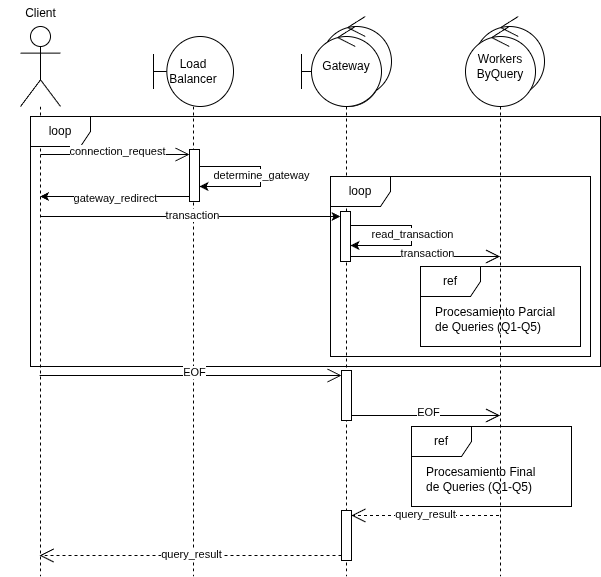
Above: docs/diagramas/diagrama_secuencia.png in LucianaLarrosa/tp-distribuidos-moneylaundering (draw.io), before the change. Source tidied: cells renumbered, new cells last; positions are measured from the earlier drawing's top-left corner, leaving out a move shared by most shapes.
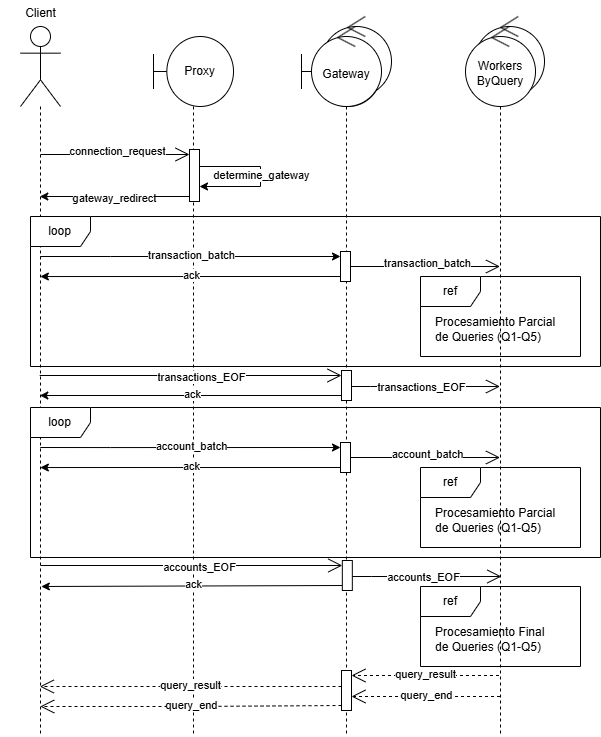
Above is the later version.

Commit message:
docs: add documentation for q1, q4, and q5, EOF handling, sequence diagram, and batch size justification

What changed in the source:
```diff
@@ -9,72 +9,65 @@
       <mxGeometry x="321" y="16" width="70" height="80" as="geometry" />
     </mxCell>
     <mxCell id="4" value=" " style="shape=umlLifeline;perimeter=lifelinePerimeter;whiteSpace=wrap;html=1;outlineConnect=0;portConstraint=eastwest;newEdgeStyle={&quot;curved&quot;:0,&quot;rounded&quot;:0};participant=umlActor;size=80;" parent="1" vertex="1">
-      <mxGeometry x="20" y="26" width="40" height="550" as="geometry" />
+      <mxGeometry x="20" y="26" width="40" height="710" as="geometry" />
     </mxCell>
     <mxCell id="5" value="&lt;span style=&quot;font-weight: normal;&quot;&gt;Client&lt;/span&gt;" style="text;align=center;fontStyle=1;verticalAlign=middle;spacingLeft=3;spacingRight=3;strokeColor=none;html=1;" parent="1" vertex="1">
       <mxGeometry width="80" height="26" as="geometry" />
     </mxCell>
-    <mxCell id="6" value="&lt;font style=&quot;font-size: 12px;&quot;&gt;Gateway&lt;/font&gt;" style="shape=umlLifeline;perimeter=lifelinePerimeter;whiteSpace=wrap;html=1;newEdgeStyle={&quot;curved&quot;:0,&quot;rounded&quot;:0};participant=umlControl;fontSize=8;size=80;" parent="1" vertex="1">
-      <mxGeometry x="311" y="26" width="70" height="550" as="geometry" />
+    <mxCell id="6" value="&lt;div&gt;&lt;span style=&quot;font-size: 12px; background-color: transparent; color: light-dark(rgb(0, 0, 0), rgb(255, 255, 255));&quot;&gt;&lt;br&gt;&lt;/span&gt;&lt;/div&gt;&lt;div&gt;&lt;span style=&quot;font-size: 12px; background-color: transparent; color: light-dark(rgb(0, 0, 0), rgb(255, 255, 255));&quot;&gt;Gateway&lt;/span&gt;&lt;/div&gt;" style="shape=umlLifeline;perimeter=lifelinePerimeter;whiteSpace=wrap;html=1;newEdgeStyle={&quot;curved&quot;:0,&quot;rounded&quot;:0};participant=umlControl;fontSize=8;size=80;" parent="1" vertex="1">
+      <mxGeometry x="311" y="26" width="70" height="710" as="geometry" />
     </mxCell>
     <mxCell id="7" style="html=1;points=[[0,0,0,0,5],[0,1,0,0,-5],[1,0,0,0,5],[1,1,0,0,-5]];perimeter=orthogonalPerimeter;outlineConnect=0;targetShapes=umlLifeline;portConstraint=eastwest;newEdgeStyle={&quot;curved&quot;:0,&quot;rounded&quot;:0};" parent="6" vertex="1">
-      <mxGeometry x="30" y="484" width="10" height="50" as="geometry" />
+      <mxGeometry x="30" y="644" width="10" height="40" as="geometry" />
     </mxCell>
     <mxCell id="8" style="html=1;points=[[0,0,0,0,5],[0,1,0,0,-5],[1,0,0,0,5],[1,1,0,0,-5]];perimeter=orthogonalPerimeter;outlineConnect=0;targetShapes=umlLifeline;portConstraint=eastwest;newEdgeStyle={&quot;curved&quot;:0,&quot;rounded&quot;:0};" parent="6" vertex="1">
-      <mxGeometry x="29" y="185" width="10" height="50" as="geometry" />
+      <mxGeometry x="29" y="225" width="10" height="30" as="geometry" />
     </mxCell>
-    <mxCell id="9" style="edgeStyle=orthogonalEdgeStyle;rounded=0;orthogonalLoop=1;jettySize=auto;html=1;curved=0;" parent="6" edge="1">
-      <mxGeometry relative="1" as="geometry">
-        <mxPoint x="39" y="199" as="sourcePoint" />
-        <mxPoint x="39" y="219" as="targetPoint" />
-        <Array as="points">
-          <mxPoint x="100" y="199" />
-          <mxPoint x="100" y="219" />
-        </Array>
-      </mxGeometry>
-    </mxCell>
-    <mxCell id="10" value="read_transaction" style="edgeLabel;html=1;align=center;verticalAlign=middle;" parent="9" vertex="1">
-      <mxGeometry x="-0.02" relative="1" as="geometry" />
-    </mxCell>
+    <mxCell id="40" style="html=1;points=[[0,0,0,0,5],[0,1,0,0,-5],[1,0,0,0,5],[1,1,0,0,-5]];perimeter=orthogonalPerimeter;outlineConnect=0;targetShapes=umlLifeline;portConstraint=eastwest;newEdgeStyle={&quot;curved&quot;:0,&quot;rounded&quot;:0};" parent="6" vertex="1">
+      <mxGeometry x="29" y="416" width="10" height="30" as="geometry" />
+    </mxCell>
-    <mxCell id="11" value="&lt;font&gt;Load&lt;/font&gt;&lt;div&gt;&lt;font&gt;&lt;span style=&quot;background-color: transparent; color: light-dark(rgb(0, 0, 0), rgb(255, 255, 255));&quot;&gt;Balancer&lt;/span&gt;&lt;/font&gt;&lt;/div&gt;" style="shape=umlLifeline;perimeter=lifelinePerimeter;whiteSpace=wrap;html=1;newEdgeStyle={&quot;curved&quot;:0,&quot;rounded&quot;:0};participant=umlBoundary;size=70;align=center;verticalAlign=middle;" parent="1" vertex="1">
-      <mxGeometry x="153" y="36" width="80" height="540" as="geometry" />
+    <mxCell id="11" value="&amp;nbsp; &amp;nbsp; Proxy" style="shape=umlLifeline;perimeter=lifelinePerimeter;whiteSpace=wrap;html=1;newEdgeStyle={&quot;curved&quot;:0,&quot;rounded&quot;:0};participant=umlBoundary;size=70;align=center;verticalAlign=middle;" parent="1" vertex="1">
+      <mxGeometry x="153" y="36" width="80" height="700" as="geometry" />
     </mxCell>
     <mxCell id="12" style="ellipse;shape=umlControl;whiteSpace=wrap;html=1;verticalAlign=middle;" parent="1" vertex="1">
       <mxGeometry x="474" y="16" width="70" height="80" as="geometry" />
     </mxCell>
-    <mxCell id="13" value="&lt;span style=&quot;font-size: 12px;&quot;&gt;Workers&lt;/span&gt;&lt;div&gt;&lt;span style=&quot;font-size: 12px;&quot;&gt;ByQuery&lt;/span&gt;&lt;/div&gt;" style="shape=umlLifeline;perimeter=lifelinePerimeter;whiteSpace=wrap;html=1;outlineConnect=0;portConstraint=eastwest;newEdgeStyle={&quot;curved&quot;:0,&quot;rounded&quot;:0};participant=umlControl;fontSize=8;size=80;" parent="1" vertex="1">
-      <mxGeometry x="465" y="26" width="70" height="550" as="geometry" />
+    <mxCell id="13" value="&lt;div&gt;&lt;span style=&quot;font-size: 12px;&quot;&gt;&lt;br&gt;&lt;/span&gt;&lt;/div&gt;&lt;span style=&quot;font-size: 12px;&quot;&gt;Workers&lt;/span&gt;&lt;div&gt;&lt;span style=&quot;font-size: 12px;&quot;&gt;ByQuery&lt;/span&gt;&lt;/div&gt;" style="shape=umlLifeline;perimeter=lifelinePerimeter;whiteSpace=wrap;html=1;outlineConnect=0;portConstraint=eastwest;newEdgeStyle={&quot;curved&quot;:0,&quot;rounded&quot;:0};participant=umlControl;fontSize=8;size=80;" parent="1" vertex="1">
+      <mxGeometry x="465" y="26" width="70" height="710" as="geometry" />
     </mxCell>
     <mxCell id="14" value="ref" style="shape=umlFrame;whiteSpace=wrap;html=1;" parent="1" vertex="1">
-      <mxGeometry x="420" y="266" width="160" height="80" as="geometry" />
+      <mxGeometry x="420" y="276" width="160" height="80" as="geometry" />
     </mxCell>
     <mxCell id="15" value="&lt;span style=&quot;font-weight: normal;&quot;&gt;Procesamiento Parcial&amp;nbsp;&lt;/span&gt;&lt;div&gt;&lt;span style=&quot;font-weight: normal;&quot;&gt;de Queries (Q1-Q5)&lt;/span&gt;&lt;/div&gt;" style="text;align=left;fontStyle=1;verticalAlign=middle;spacingLeft=3;spacingRight=3;strokeColor=none;html=1;" parent="1" vertex="1">
-      <mxGeometry x="430" y="306" width="140" height="26" as="geometry" />
+      <mxGeometry x="430" y="316" width="140" height="26" as="geometry" />
     </mxCell>
     <mxCell id="16" style="endArrow=open;endFill=1;endSize=12;html=1;rounded=0;entryX=1;entryY=0;entryDx=0;entryDy=5;entryPerimeter=0;dashed=1;" parent="1" edge="1" target="7">
       <mxGeometry relative="1" as="geometry">
-        <mxPoint x="498.5" y="515" as="sourcePoint" />
+        <mxPoint x="498.5" y="675" as="sourcePoint" />
       </mxGeometry>
     </mxCell>
     <mxCell id="17" value="query_result" style="edgeLabel;html=1;align=center;verticalAlign=middle;" parent="16" vertex="1">
       <mxGeometry y="-2" relative="1" as="geometry" />
     </mxCell>
-    <mxCell id="18" style="endArrow=open;endFill=1;endSize=12;html=1;rounded=0;exitX=0;exitY=1;exitDx=0;exitDy=-5;exitPerimeter=0;dashed=1;" parent="1" edge="1" source="7">
+    <mxCell id="18" style="endArrow=open;endFill=1;endSize=12;html=1;rounded=0;dashed=1;" parent="1" edge="1" source="7">
       <mxGeometry relative="1" as="geometry">
-        <mxPoint x="39.2" y="555" as="targetPoint" />
+        <mxPoint x="39.3" y="686" as="targetPoint" />
+        <Array as="points">
+          <mxPoint x="190" y="686" />
+        </Array>
       </mxGeometry>
     </mxCell>
     <mxCell id="19" value="query_result" style="edgeLabel;html=1;align=center;verticalAlign=middle;" parent="18" vertex="1">
       <mxGeometry y="-2" relative="1" as="geometry" />
     </mxCell>
     <mxCell id="20" value="loop" style="shape=umlFrame;whiteSpace=wrap;html=1;" parent="1" vertex="1">
-      <mxGeometry x="30" y="116" width="570" height="250" as="geometry" />
+      <mxGeometry x="30" y="216" width="570" height="150" as="geometry" />
     </mxCell>
-    <mxCell id="21" value="ref" style="shape=umlFrame;whiteSpace=wrap;html=1;" parent="1" vertex="1">
-      <mxGeometry x="411" y="426" width="160" height="80" as="geometry" />
+    <mxCell id="21" value="ref" style="shape=umlFrame;whiteSpace=wrap;html=1;fillColor=#FFFFFF;" parent="1" vertex="1">
+      <mxGeometry x="420" y="586" width="160" height="80" as="geometry" />
     </mxCell>
     <mxCell id="22" value="&lt;span style=&quot;font-weight: normal;&quot;&gt;Procesamiento&amp;nbsp;&lt;/span&gt;&lt;span style=&quot;font-weight: normal;&quot;&gt;Final&amp;nbsp;&lt;/span&gt;&lt;div&gt;&lt;span style=&quot;font-weight: normal;&quot;&gt;de Queries (Q1-Q5)&lt;/span&gt;&lt;/div&gt;" style="text;align=left;fontStyle=1;verticalAlign=middle;spacingLeft=3;spacingRight=3;strokeColor=none;html=1;" parent="1" vertex="1">
-      <mxGeometry x="421" y="466" width="140" height="26" as="geometry" />
+      <mxGeometry x="430" y="626" width="140" height="26" as="geometry" />
     </mxCell>
     <mxCell id="23" style="edgeStyle=orthogonalEdgeStyle;rounded=0;jettySize=auto;html=1;curved=0;exitX=0;exitY=1;exitDx=0;exitDy=-5;exitPerimeter=0;" parent="1" edge="1" source="25" target="4">
       <mxGeometry relative="1" as="geometry">
@@ -98,33 +91,40 @@
     <mxCell id="27" value="connection_request" style="edgeLabel;html=1;align=center;verticalAlign=middle;" parent="26" vertex="1">
       <mxGeometry x="0.02" y="4" relative="1" as="geometry" />
     </mxCell>
-    <mxCell id="28" style="endArrow=open;endFill=1;endSize=12;html=1;rounded=0;exitX=1;exitY=1;exitDx=0;exitDy=-5;exitPerimeter=0;" parent="1" edge="1" source="8">
+    <mxCell id="28" style="endArrow=open;endFill=1;endSize=12;html=1;rounded=0;" parent="1" edge="1" source="8">
       <mxGeometry relative="1" as="geometry">
-        <mxPoint x="499.5" y="256" as="targetPoint" />
+        <mxPoint x="499.5" y="266" as="targetPoint" />
+        <Array as="points">
+          <mxPoint x="420" y="266" />
+        </Array>
       </mxGeometry>
     </mxCell>
-    <mxCell id="29" value="transaction" style="edgeLabel;html=1;align=center;verticalAlign=middle;" parent="28" vertex="1">
+    <mxCell id="29" value="transaction_batch" style="edgeLabel;html=1;align=center;verticalAlign=middle;" parent="28" vertex="1">
       <mxGeometry x="0.02" y="4" relative="1" as="geometry" />
     </mxCell>
     <mxCell id="30" style="html=1;points=[[0,0,0,0,5],[0,1,0,0,-5],[1,0,0,0,5],[1,1,0,0,-5]];perimeter=orthogonalPerimeter;outlineConnect=0;targetShapes=umlLifeline;portConstraint=eastwest;newEdgeStyle={&quot;curved&quot;:0,&quot;rounded&quot;:0};" parent="1" vertex="1">
-      <mxGeometry x="341" y="370" width="10" height="50" as="geometry" />
+      <mxGeometry x="341" y="370" width="10" height="30" as="geometry" />
     </mxCell>
     <mxCell id="31" style="endArrow=open;endFill=1;endSize=12;html=1;rounded=0;entryX=0;entryY=0;entryDx=0;entryDy=5;entryPerimeter=0;" parent="1" edge="1" target="30">
       <mxGeometry relative="1" as="geometry">
         <mxPoint x="39.2" y="375" as="sourcePoint" />
       </mxGeometry>
     </mxCell>
-    <mxCell id="32" value="EOF" style="edgeLabel;html=1;align=center;verticalAlign=middle;" parent="31" vertex="1">
-      <mxGeometry x="0.02" y="4" relative="1" as="geometry" />
-    </mxCell>
+    <mxCell id="41" value="transactions&lt;span style=&quot;color: light-dark(rgb(0, 0, 0), rgb(255, 255, 255));&quot;&gt;_EOF&lt;/span&gt;" style="edgeLabel;html=1;align=center;verticalAlign=middle;" parent="31" vertex="1">
+      <mxGeometry x="0.07" y="-1" relative="1" as="geometry" />
+    </mxCell>
-    <mxCell id="33" style="endArrow=open;endFill=1;endSize=12;html=1;rounded=0;exitX=1;exitY=1;exitDx=0;exitDy=-5;exitPerimeter=0;" parent="1" edge="1" source="30">
+    <mxCell id="33" style="endArrow=open;endFill=1;endSize=12;html=1;rounded=0;" parent="1" edge="1" source="30" target="13">
       <mxGeometry relative="1" as="geometry">
-        <mxPoint x="499.5" y="415" as="targetPoint" />
+        <Array as="points">
+          <mxPoint x="370" y="386" />
+        </Array>
       </mxGeometry>
     </mxCell>
-    <mxCell id="34" value="EOF" style="edgeLabel;html=1;align=center;verticalAlign=middle;" parent="33" vertex="1">
-      <mxGeometry x="0.02" y="4" relative="1" as="geometry" />
-    </mxCell>
+    <mxCell id="42" value="transactions_EOF" style="edgeLabel;html=1;align=center;verticalAlign=middle;" parent="33" vertex="1">
+      <mxGeometry x="-0.03" relative="1" as="geometry">
+        <mxPoint x="-2" as="offset" />
+      </mxGeometry>
+    </mxCell>
     <mxCell id="35" style="edgeStyle=orthogonalEdgeStyle;rounded=0;orthogonalLoop=1;jettySize=auto;html=1;curved=0;" parent="1" edge="1" source="25" target="25">
       <mxGeometry relative="1" as="geometry">
         <Array as="points">
@@ -136,20 +136,136 @@
     <mxCell id="36" value="determine_gateway" style="edgeLabel;html=1;align=center;verticalAlign=middle;" parent="35" vertex="1">
       <mxGeometry x="-0.02" relative="1" as="geometry" />
     </mxCell>
-    <mxCell id="37" value="loop" style="shape=umlFrame;whiteSpace=wrap;html=1;" parent="1" vertex="1">
-      <mxGeometry x="330" y="176" width="260" height="180" as="geometry" />
-    </mxCell>
     <mxCell id="38" style="edgeStyle=orthogonalEdgeStyle;rounded=0;jettySize=auto;html=1;curved=0;exitX=0;exitY=0;exitDx=0;exitDy=5;exitPerimeter=0;startArrow=classic;startFill=1;endArrow=none;endFill=0;" parent="1" edge="1" source="8">
       <mxGeometry relative="1" as="geometry">
-        <mxPoint x="39.8" y="216" as="targetPoint" />
+        <mxPoint x="39.8" y="256" as="targetPoint" />
         <Array as="points">
-          <mxPoint x="110" y="216" />
-          <mxPoint x="110" y="216" />
+          <mxPoint x="110" y="256" />
+          <mxPoint x="110" y="256" />
         </Array>
       </mxGeometry>
     </mxCell>
-    <mxCell id="39" value="transaction" style="edgeLabel;html=1;align=center;verticalAlign=middle;" parent="38" vertex="1">
+    <mxCell id="39" value="transaction_batch" style="edgeLabel;html=1;align=center;verticalAlign=middle;" parent="38" vertex="1">
       <mxGeometry x="-0.01" y="-2" relative="1" as="geometry" />
     </mxCell>
+    <mxCell id="43" style="edgeStyle=orthogonalEdgeStyle;rounded=0;jettySize=auto;html=1;curved=0;startArrow=none;startFill=0;endArrow=classic;endFill=1;exitX=0;exitY=1;exitDx=0;exitDy=-5;exitPerimeter=0;" parent="1" edge="1" source="8">
+      <mxGeometry relative="1" as="geometry">
+        <mxPoint x="39.9" y="276" as="targetPoint" />
+        <Array as="points">
+          <mxPoint x="340" y="276" />
+        </Array>
+      </mxGeometry>
+    </mxCell>
+    <mxCell id="44" value="ack" style="edgeLabel;html=1;align=center;verticalAlign=middle;" parent="43" vertex="1">
+      <mxGeometry x="-0.01" y="-2" relative="1" as="geometry" />
+    </mxCell>
+    <mxCell id="45" value="ref" style="shape=umlFrame;whiteSpace=wrap;html=1;" parent="1" vertex="1">
+      <mxGeometry x="420" y="467" width="160" height="80" as="geometry" />
+    </mxCell>
+    <mxCell id="46" value="&lt;span style=&quot;font-weight: normal;&quot;&gt;Procesamiento Parcial&amp;nbsp;&lt;/span&gt;&lt;div&gt;&lt;span style=&quot;font-weight: normal;&quot;&gt;de Queries (Q1-Q5)&lt;/span&gt;&lt;/div&gt;" style="text;align=left;fontStyle=1;verticalAlign=middle;spacingLeft=3;spacingRight=3;strokeColor=none;html=1;" parent="1" vertex="1">
+      <mxGeometry x="430" y="507" width="140" height="26" as="geometry" />
+    </mxCell>
+    <mxCell id="37" value="loop" style="shape=umlFrame;whiteSpace=wrap;html=1;" parent="1" vertex="1">
+      <mxGeometry x="30" y="407" width="570" height="150" as="geometry" />
+    </mxCell>
+    <mxCell id="47" style="endArrow=open;endFill=1;endSize=12;html=1;rounded=0;" parent="1" edge="1" source="40">
+      <mxGeometry relative="1" as="geometry">
+        <mxPoint x="499.5" y="457" as="targetPoint" />
+        <Array as="points">
+          <mxPoint x="420" y="457" />
+        </Array>
+      </mxGeometry>
+    </mxCell>
+    <mxCell id="48" value="account_batch" style="edgeLabel;html=1;align=center;verticalAlign=middle;" parent="47" vertex="1">
+      <mxGeometry x="0.02" y="4" relative="1" as="geometry" />
+    </mxCell>
+    <mxCell id="49" style="edgeStyle=orthogonalEdgeStyle;rounded=0;jettySize=auto;html=1;curved=0;exitX=0;exitY=0;exitDx=0;exitDy=5;exitPerimeter=0;startArrow=classic;startFill=1;endArrow=none;endFill=0;" parent="1" edge="1" source="40">
+      <mxGeometry relative="1" as="geometry">
+        <mxPoint x="39.8" y="447" as="targetPoint" />
+        <Array as="points">
+          <mxPoint x="110" y="447" />
+          <mxPoint x="110" y="447" />
+        </Array>
+      </mxGeometry>
+    </mxCell>
+    <mxCell id="50" value="account_batch" style="edgeLabel;html=1;align=center;verticalAlign=middle;" parent="49" vertex="1">
+      <mxGeometry x="-0.01" y="-2" relative="1" as="geometry" />
+    </mxCell>
+    <mxCell id="51" style="edgeStyle=orthogonalEdgeStyle;rounded=0;jettySize=auto;html=1;curved=0;startArrow=none;startFill=0;endArrow=classic;endFill=1;exitX=0;exitY=1;exitDx=0;exitDy=-5;exitPerimeter=0;" parent="1" edge="1" source="40">
+      <mxGeometry relative="1" as="geometry">
+        <mxPoint x="39.9" y="467" as="targetPoint" />
+        <Array as="points">
+          <mxPoint x="340" y="467" />
+        </Array>
+      </mxGeometry>
+    </mxCell>
+    <mxCell id="52" value="ack" style="edgeLabel;html=1;align=center;verticalAlign=middle;" parent="51" vertex="1">
+      <mxGeometry x="-0.01" y="-2" relative="1" as="geometry" />
+    </mxCell>
+    <mxCell id="53" style="edgeStyle=orthogonalEdgeStyle;rounded=0;jettySize=auto;html=1;curved=0;startArrow=none;startFill=0;endArrow=classic;endFill=1;exitX=0;exitY=1;exitDx=0;exitDy=-5;exitPerimeter=0;" parent="1" edge="1" source="30" target="4">
+      <mxGeometry relative="1" as="geometry">
+        <Array as="points">
+          <mxPoint x="341" y="396" />
+        </Array>
+      </mxGeometry>
+    </mxCell>
+    <mxCell id="54" value="ack" style="edgeLabel;html=1;align=center;verticalAlign=middle;" parent="53" vertex="1">
+      <mxGeometry x="-0.01" y="-2" relative="1" as="geometry" />
+    </mxCell>
+    <mxCell id="55" style="endArrow=open;endFill=1;endSize=12;html=1;rounded=0;dashed=1;" parent="1" edge="1">
+      <mxGeometry relative="1" as="geometry">
+        <mxPoint x="499.5" y="696" as="sourcePoint" />
+        <mxPoint x="351" y="696" as="targetPoint" />
+      </mxGeometry>
+    </mxCell>
+    <mxCell id="56" value="query_end" style="edgeLabel;html=1;align=center;verticalAlign=middle;" parent="55" vertex="1">
+      <mxGeometry y="-2" relative="1" as="geometry" />
+    </mxCell>
+    <mxCell id="57" style="endArrow=open;endFill=1;endSize=12;html=1;rounded=0;dashed=1;exitX=0;exitY=1;exitDx=0;exitDy=-5;exitPerimeter=0;" parent="1" edge="1" source="7">
+      <mxGeometry relative="1" as="geometry">
+        <mxPoint x="39.7" y="706" as="targetPoint" />
+        <Array as="points">
+          <mxPoint x="191" y="706" />
+        </Array>
+      </mxGeometry>
+    </mxCell>
+    <mxCell id="58" value="query_end" style="edgeLabel;html=1;align=center;verticalAlign=middle;" parent="57" vertex="1">
+      <mxGeometry y="-2" relative="1" as="geometry" />
+    </mxCell>
+    <mxCell id="59" style="html=1;points=[[0,0,0,0,5],[0,1,0,0,-5],[1,0,0,0,5],[1,1,0,0,-5]];perimeter=orthogonalPerimeter;outlineConnect=0;targetShapes=umlLifeline;portConstraint=eastwest;newEdgeStyle={&quot;curved&quot;:0,&quot;rounded&quot;:0};" parent="1" vertex="1">
+      <mxGeometry x="341.8" y="560" width="10" height="30" as="geometry" />
+    </mxCell>
+    <mxCell id="60" style="endArrow=open;endFill=1;endSize=12;html=1;rounded=0;entryX=0;entryY=0;entryDx=0;entryDy=5;entryPerimeter=0;" parent="1" edge="1" target="59">
+      <mxGeometry relative="1" as="geometry">
+        <mxPoint x="40" y="565" as="sourcePoint" />
+      </mxGeometry>
+    </mxCell>
+    <mxCell id="61" value="accounts&lt;span style=&quot;color: light-dark(rgb(0, 0, 0), rgb(255, 255, 255));&quot;&gt;_EOF&lt;/span&gt;" style="edgeLabel;html=1;align=center;verticalAlign=middle;" parent="60" vertex="1">
+      <mxGeometry x="0.05" y="-1" relative="1" as="geometry" />
+    </mxCell>
+    <mxCell id="62" style="endArrow=open;endFill=1;endSize=12;html=1;rounded=0;" parent="1" edge="1" source="59">
+      <mxGeometry relative="1" as="geometry">
+        <mxPoint x="500.8" y="576" as="targetPoint" />
+        <Array as="points">
+          <mxPoint x="370.8" y="576" />
+        </Array>
+      </mxGeometry>
+    </mxCell>
+    <mxCell id="63" value="accounts_EOF" style="edgeLabel;html=1;align=center;verticalAlign=middle;" parent="62" vertex="1">
+      <mxGeometry x="-0.03" relative="1" as="geometry">
+        <mxPoint x="-2" as="offset" />
+      </mxGeometry>
+    </mxCell>
+    <mxCell id="64" style="edgeStyle=orthogonalEdgeStyle;rounded=0;jettySize=auto;html=1;curved=0;startArrow=none;startFill=0;endArrow=classic;endFill=1;exitX=0;exitY=1;exitDx=0;exitDy=-5;exitPerimeter=0;" parent="1" edge="1" source="59">
+      <mxGeometry relative="1" as="geometry">
+        <mxPoint x="40.8" y="586" as="targetPoint" />
+        <Array as="points">
+          <mxPoint x="341.8" y="586" />
+        </Array>
+      </mxGeometry>
+    </mxCell>
+    <mxCell id="65" value="ack" style="edgeLabel;html=1;align=center;verticalAlign=middle;" parent="64" vertex="1">
+      <mxGeometry x="-0.01" y="-2" relative="1" as="geometry" />
+    </mxCell>
   </root>
 </mxGraphModel>
```
